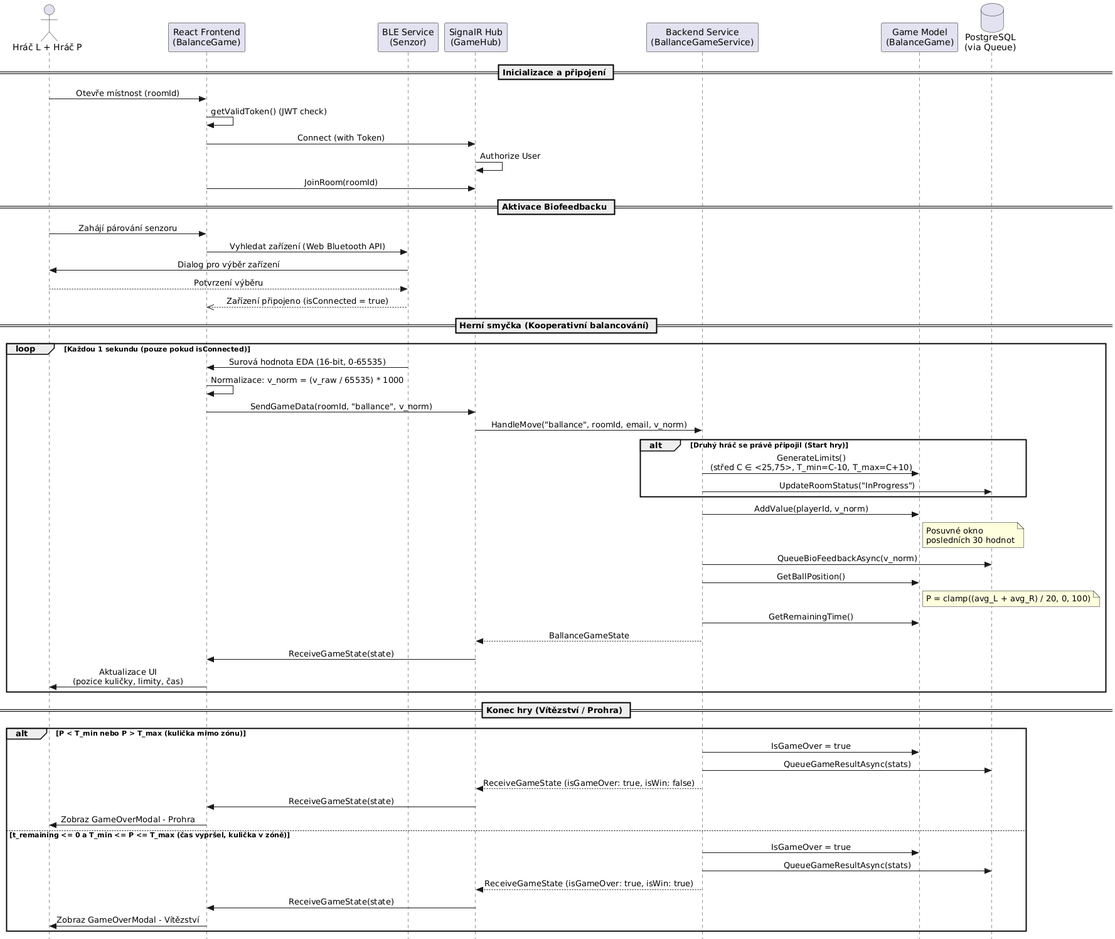
Before: doc/plantuml/img/ballance.png, a diagram exported from PlantUML (elsnoxx/Bachelor-thesis).
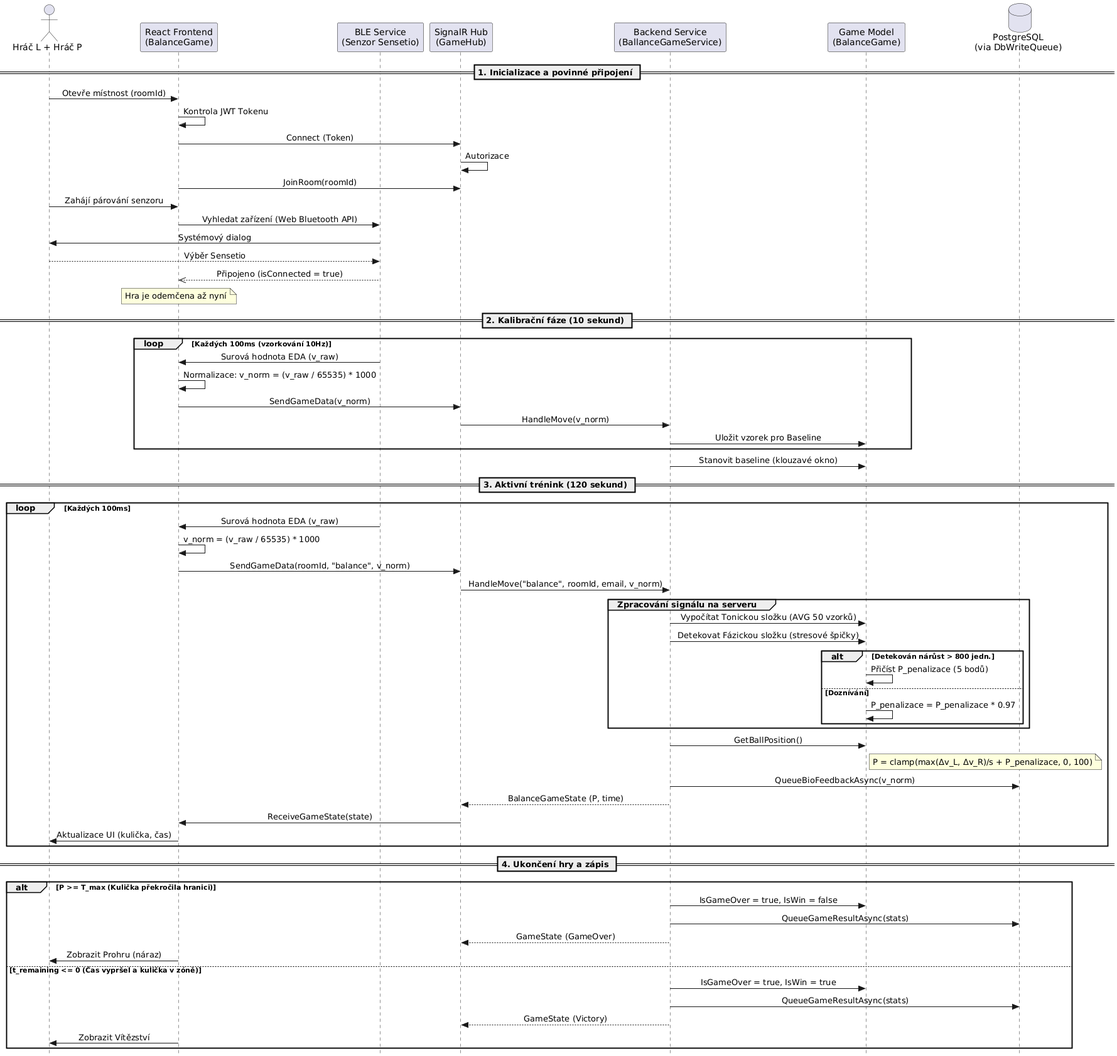
The same diagram one commit later.

The edit, as a diff of the source:
```diff
@@ -4,70 +4,77 @@
 
 actor "Hráč L + Hráč P" as Players
 participant "React Frontend\n(BalanceGame)" as FE
-participant "BLE Service\n(Senzor)" as BLE
+participant "BLE Service\n(Senzor Sensetio)" as BLE
 participant "SignalR Hub\n(GameHub)" as Hub
 participant "Backend Service\n(BallanceGameService)" as Backend
 participant "Game Model\n(BalanceGame)" as Model
-database "PostgreSQL\n(via Queue)" as DB
+database "PostgreSQL\n(via DbWriteQueue)" as DB
 
-== Inicializace a připojení ==
+== 1. Inicializace a povinné připojení ==
 
 Players -> FE : Otevře místnost (roomId)
-FE -> FE : getValidToken() (JWT check)
-FE -> Hub : Connect (with Token)
-Hub -> Hub : Authorize User
+FE -> FE : Kontrola JWT Tokenu
+FE -> Hub : Connect (Token)
+Hub -> Hub : Autorizace
 FE -> Hub : JoinRoom(roomId)
-
-== Aktivace Biofeedbacku ==
 
 Players -> FE : Zahájí párování senzoru
 FE -> BLE : Vyhledat zařízení (Web Bluetooth API)
-BLE -> Players : Dialog pro výběr zařízení
-Players --> BLE : Potvrzení výběru
-BLE -->> FE : Zařízení připojeno (isConnected = true)
+BLE -> Players : Systémový dialog
+Players --> BLE : Výběr Sensetio
+BLE -->> FE : Připojeno (isConnected = true)
+note over FE : Hra je odemčena až nyní
 
-== Herní smyčka (Kooperativní balancování) ==
+== 2. Kalibrační fáze (10 sekund) ==
 
-loop Každou 1 sekundu (pouze pokud isConnected)
-    BLE -> FE : Surová hodnota EDA (16-bit, 0-65535)
+loop Každých 100ms (vzorkování 10Hz)
+    BLE -> FE : Surová hodnota EDA (v_raw)
     FE -> FE : Normalizace: v_norm = (v_raw / 65535) * 1000
+    FE -> Hub : SendGameData(v_norm)
+    Hub -> Backend : HandleMove(v_norm)
+    Backend -> Model : Uložit vzorek pro Baseline
+end
+Backend -> Model : Stanovit baseline (klouzavé okno)
 
-    FE -> Hub : SendGameData(roomId, "ballance", v_norm)
-    Hub -> Backend : HandleMove("ballance", roomId, email, v_norm)
+== 3. Aktivní trénink (120 sekund) ==
 
-    alt Druhý hráč se právě připojil (Start hry)
-        Backend -> Model : GenerateLimits()\n(střed C ∈ <25,75>, T_min=C-10, T_max=C+10)
-        Backend -> DB : UpdateRoomStatus("InProgress")
+loop Každých 100ms
+    BLE -> FE : Surová hodnota EDA (v_raw)
+    FE -> FE : v_norm = (v_raw / 65535) * 1000
+    FE -> Hub : SendGameData(roomId, "balance", v_norm)
+    Hub -> Backend : HandleMove("balance", roomId, email, v_norm)
+
+    group Zpracování signálu na serveru
+        Backend -> Model : Vypočítat Tonickou složku (AVG 50 vzorků)
+        Backend -> Model : Detekovat Fázickou složku (stresové špičky)
+        alt Detekován nárůst > 800 jedn.
+            Model -> Model : Přičíst P_penalizace (5 bodů)
+        else Doznívání
+            Model -> Model : P_penalizace = P_penalizace * 0.97
+        end
     end
 
-    Backend -> Model : AddValue(playerId, v_norm)
-    note right of Model : Posuvné okno\nposledních 30 hodnot
+    Backend -> Model : GetBallPosition()
+    note right of Model : P = clamp(max(Δv_L, Δv_R)/s + P_penalizace, 0, 100)
 
     Backend -> DB : QueueBioFeedbackAsync(v_norm)
 
-    Backend -> Model : GetBallPosition()
-    note right of Model : P = clamp((avg_L + avg_R) / 20, 0, 100)
-
-    Backend -> Model : GetRemainingTime()
-
-    Backend --> Hub : BallanceGameState
+    Backend --> Hub : BalanceGameState (P, time)
     Hub -> FE : ReceiveGameState(state)
-    FE -> Players : Aktualizace UI\n(pozice kuličky, limity, čas)
+    FE -> Players : Aktualizace UI (kulička, čas)
 end
 
-== Konec hry (Vítězství / Prohra) ==
+== 4. Ukončení hry a zápis ==
 
-alt P < T_min nebo P > T_max (kulička mimo zónu)
-    Backend -> Model : IsGameOver = true
+alt P >= T_max (Kulička překročila hranici)
+    Backend -> Model : IsGameOver = true, IsWin = false
     Backend -> DB : QueueGameResultAsync(stats)
-    Backend --> Hub : ReceiveGameState (isGameOver: true, isWin: false)
-    Hub -> FE : ReceiveGameState(state)
-    FE -> Players : Zobraz GameOverModal - Prohra
-else t_remaining <= 0 a T_min <= P <= T_max (čas vypršel, kulička v zóně)
-    Backend -> Model : IsGameOver = true
+    Backend --> Hub : GameState (GameOver)
+    FE -> Players : Zobrazit Prohru (náraz)
+else t_remaining <= 0 (Čas vypršel a kulička v zóně)
+    Backend -> Model : IsGameOver = true, IsWin = true
     Backend -> DB : QueueGameResultAsync(stats)
-    Backend --> Hub : ReceiveGameState (isGameOver: true, isWin: true)
-    Hub -> FE : ReceiveGameState(state)
-    FE -> Players : Zobraz GameOverModal - Vítězství
+    Backend --> Hub : GameState (Victory)
+    FE -> Players : Zobrazit Vítězství
 end
 @enduml
```
